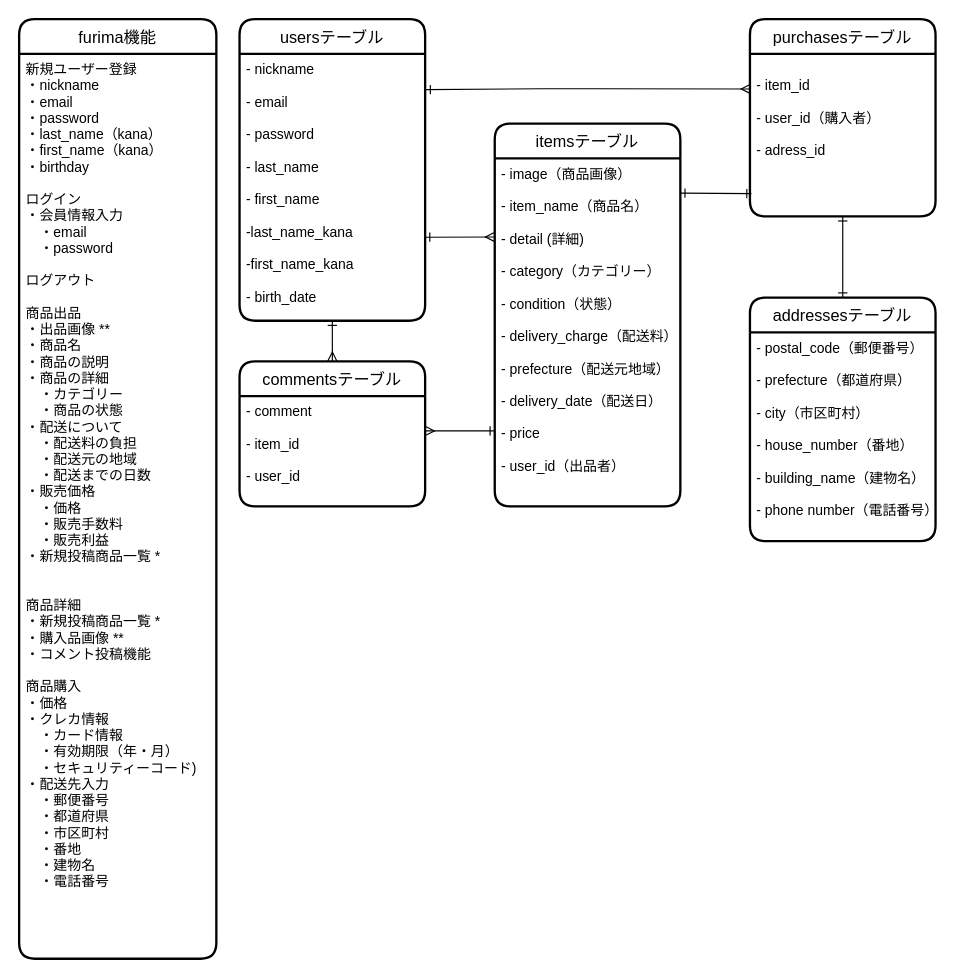
The draw.io diagram furima.dio in Skywalkcat428/furima-30613, before the edit. Source tidied: cells renumbered, new cells numbered last; positions are measured from the earlier drawing's top-left corner, leaving out a move shared by most shapes. Both pictures are drawn from the tidied source at 116%, with x=0, y=0 at pixel (19, 19).
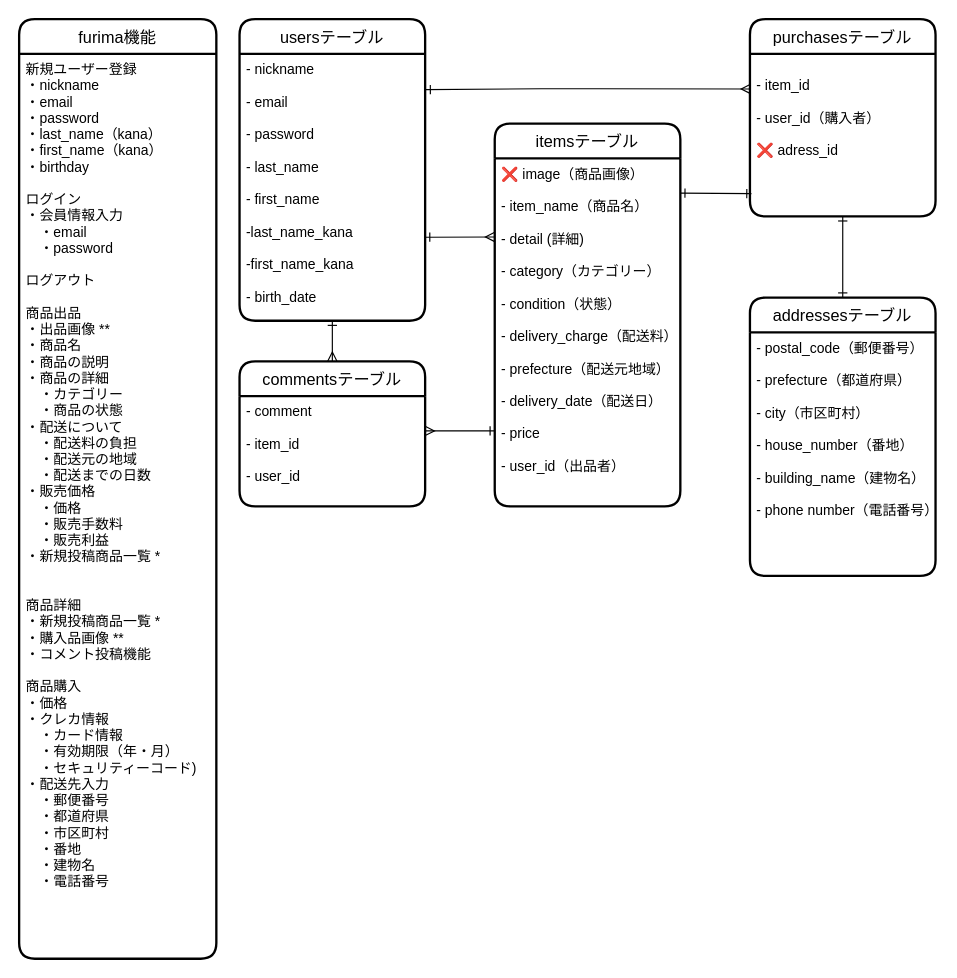
The same page after the edit.

The change refers to these unchanged cells:
```xml
<mxCell id="7" value="purchasesテーブル" style="swimlane;horizontal=1;startSize=30;rounded=1;fontSize=14;fontStyle=0;strokeWidth=2;shadow=0;dashed=0;align=center;" parent="1" vertex="1">
  <mxGeometry x="630" width="160" height="170" as="geometry" />
</mxCell>
<mxCell id="14" value="itemsテーブル" style="swimlane;horizontal=1;startSize=30;rounded=1;fontSize=14;fontStyle=0;strokeWidth=2;shadow=0;dashed=0;align=center;" parent="1" vertex="1">
  <mxGeometry x="410" y="90" width="160" height="330" as="geometry" />
</mxCell>
```

Diff of the diagram source:
```diff
@@
-    <mxCell id="8" value="&#10;- item_id&#10;&#10;- user_id（購入者）&#10;&#10;- adress_id" style="align=left;strokeColor=none;fillColor=none;spacingLeft=4;fontSize=12;verticalAlign=top;" parent="7" vertex="1">
+    <mxCell id="8" value="&#10;- item_id&#10;&#10;- user_id（購入者）&#10;&#10;❌ adress_id" style="align=left;strokeColor=none;fillColor=none;spacingLeft=4;fontSize=12;verticalAlign=top;" parent="7" vertex="1">
       <mxGeometry y="30" width="160" height="140" as="geometry" />
     </mxCell>
     <mxCell id="9" value="addressesテーブル" style="swimlane;horizontal=1;startSize=30;rounded=1;fontSize=14;fontStyle=0;strokeWidth=2;shadow=0;dashed=0;align=center;" parent="1" vertex="1">
-      <mxGeometry x="630" y="240" width="160" height="210" as="geometry" />
+      <mxGeometry x="630" y="240" width="160" height="240" as="geometry" />
     </mxCell>
     <mxCell id="10" value="- postal_code（郵便番号）&#10;&#10;- prefecture（都道府県）&#10;&#10;- city（市区町村）&#10;&#10;- house_number（番地）&#10;&#10;- building_name（建物名）&#10;&#10;- phone number（電話番号）&#10;" style="align=left;strokeColor=none;fillColor=none;spacingLeft=4;fontSize=12;verticalAlign=top;" parent="9" vertex="1">
-      <mxGeometry y="30" width="160" height="180" as="geometry" />
+      <mxGeometry y="30" width="160" height="210" as="geometry" />
     </mxCell>
@@
-    <mxCell id="15" value="- image（商品画像）&#10;&#10;- item_name（商品名）&#10;&#10;- detail (詳細)&#10;&#10;- category（カテゴリー）&#10;&#10;- condition（状態）&#10;&#10;- delivery_charge（配送料）&#10;&#10;- prefecture（配送元地域）&#10;&#10;- delivery_date（配送日）&#10;&#10;- price&#10;&#10;- user_id（出品者）" style="align=left;strokeColor=none;fillColor=none;spacingLeft=4;fontSize=12;verticalAlign=top;" parent="14" vertex="1">
+    <mxCell id="15" value="❌ image（商品画像）&#10;&#10;- item_name（商品名）&#10;&#10;- detail (詳細)&#10;&#10;- category（カテゴリー）&#10;&#10;- condition（状態）&#10;&#10;- delivery_charge（配送料）&#10;&#10;- prefecture（配送元地域）&#10;&#10;- delivery_date（配送日）&#10;&#10;- price&#10;&#10;- user_id（出品者）" style="align=left;strokeColor=none;fillColor=none;spacingLeft=4;fontSize=12;verticalAlign=top;" parent="14" vertex="1">
       <mxGeometry y="30" width="160" height="300" as="geometry" />
     </mxCell>
```
